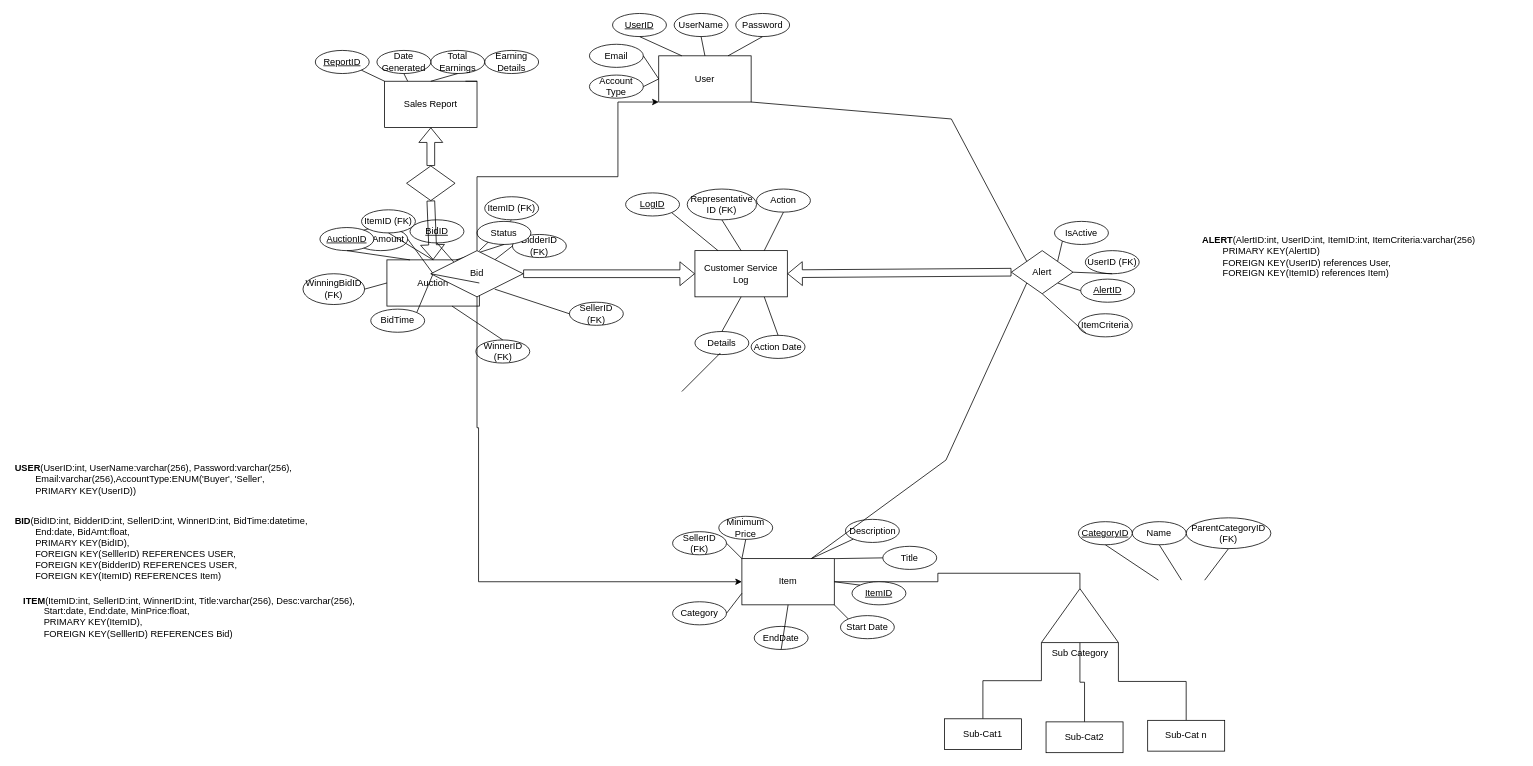
Swoopi/PrinInfo keeps this draw.io diagram as Project1ER.drawio. Above is the earlier version. Source tidied: cells renumbered, new cells numbered last; positions are measured from the earlier drawing's top-left corner, leaving out a move shared by most shapes. Both pictures are drawn from the tidied source at 77%, with x=0, y=0 at pixel (13, 13).
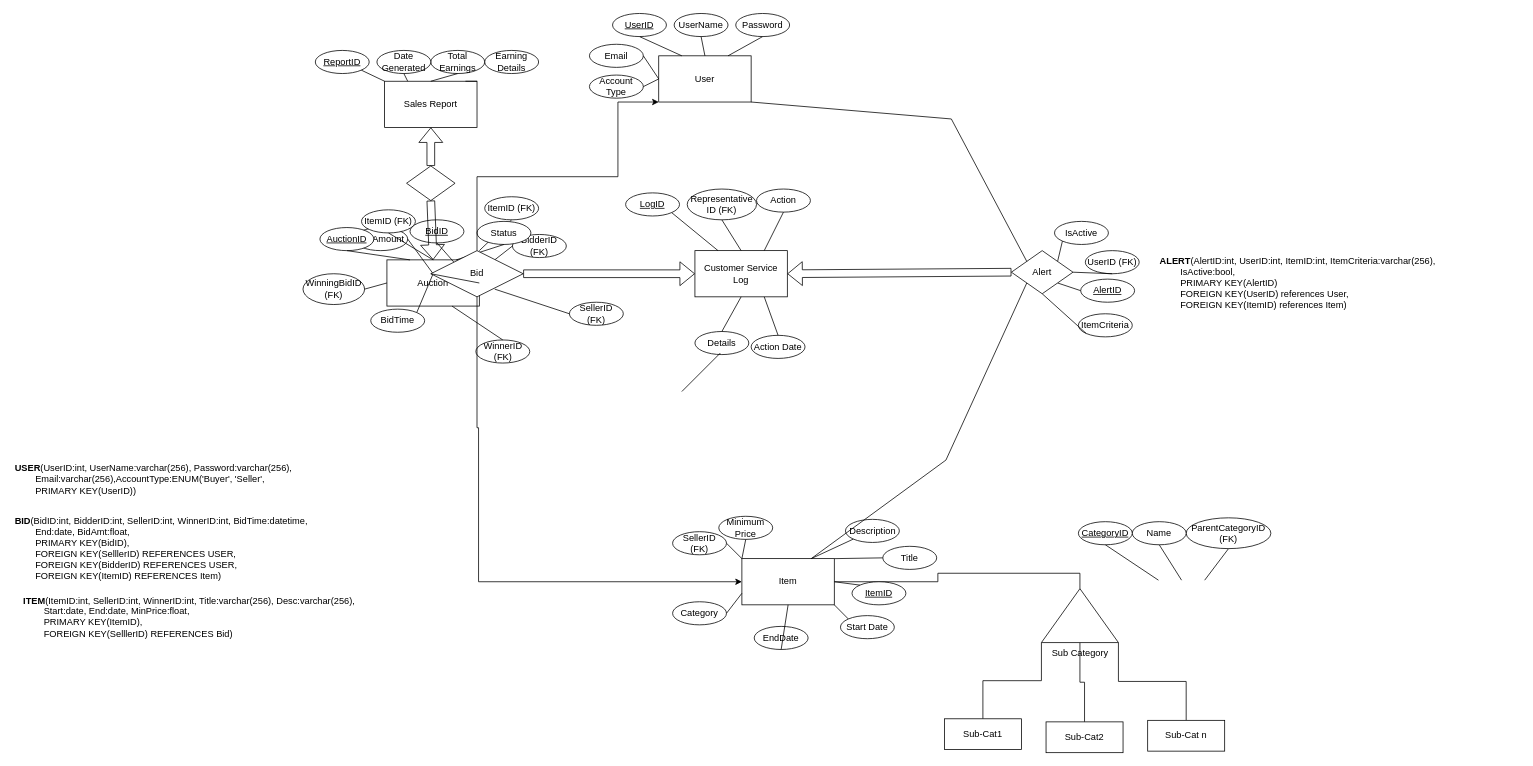
The same diagram, later.

Commit message:
Schema Update- Alert added IsActive

What changed in the source:
```diff
@@
-    <mxCell id="112" value="&lt;b&gt;ALERT&lt;/b&gt;(AlertID:int, UserID:int, ItemID:int, ItemCriteria:varchar(256)&lt;div&gt;&lt;span style=&quot;white-space: pre;&quot;&gt;&#9;&lt;/span&gt;PRIMARY KEY(AlertID)&lt;/div&gt;&lt;div&gt;&lt;span style=&quot;white-space: pre;&quot;&gt;&#9;&lt;/span&gt;FOREIGN KEY(UserID) references User,&lt;/div&gt;&lt;div&gt;&lt;span style=&quot;white-space: pre;&quot;&gt;&#9;&lt;/span&gt;FOREIGN KEY(ItemID) references Item)&lt;br&gt;&lt;/div&gt;" style="text;html=1;align=left;verticalAlign=middle;whiteSpace=wrap;rounded=0;" parent="1" vertex="1">
-      <mxGeometry x="1542" y="291" width="415" height="50" as="geometry" />
+    <mxCell id="112" value="&lt;b&gt;ALERT&lt;/b&gt;(AlertID:int, UserID:int, ItemID:int, ItemCriteria:varchar(256), &lt;span style=&quot;white-space: pre;&quot;&gt;&#9;&lt;/span&gt;IsActive:bool,&lt;div&gt;&lt;span style=&quot;white-space: pre;&quot;&gt;&#9;&lt;/span&gt;PRIMARY KEY(AlertID)&lt;/div&gt;&lt;div&gt;&lt;span style=&quot;white-space: pre;&quot;&gt;&#9;&lt;/span&gt;FOREIGN KEY(UserID) references User,&lt;/div&gt;&lt;div&gt;&lt;span style=&quot;white-space: pre;&quot;&gt;&#9;&lt;/span&gt;FOREIGN KEY(ItemID) references Item)&lt;br&gt;&lt;/div&gt;" style="text;html=1;align=left;verticalAlign=middle;whiteSpace=wrap;rounded=0;" parent="1" vertex="1">
+      <mxGeometry x="1487" y="325" width="415" height="50" as="geometry" />
     </mxCell>
```
